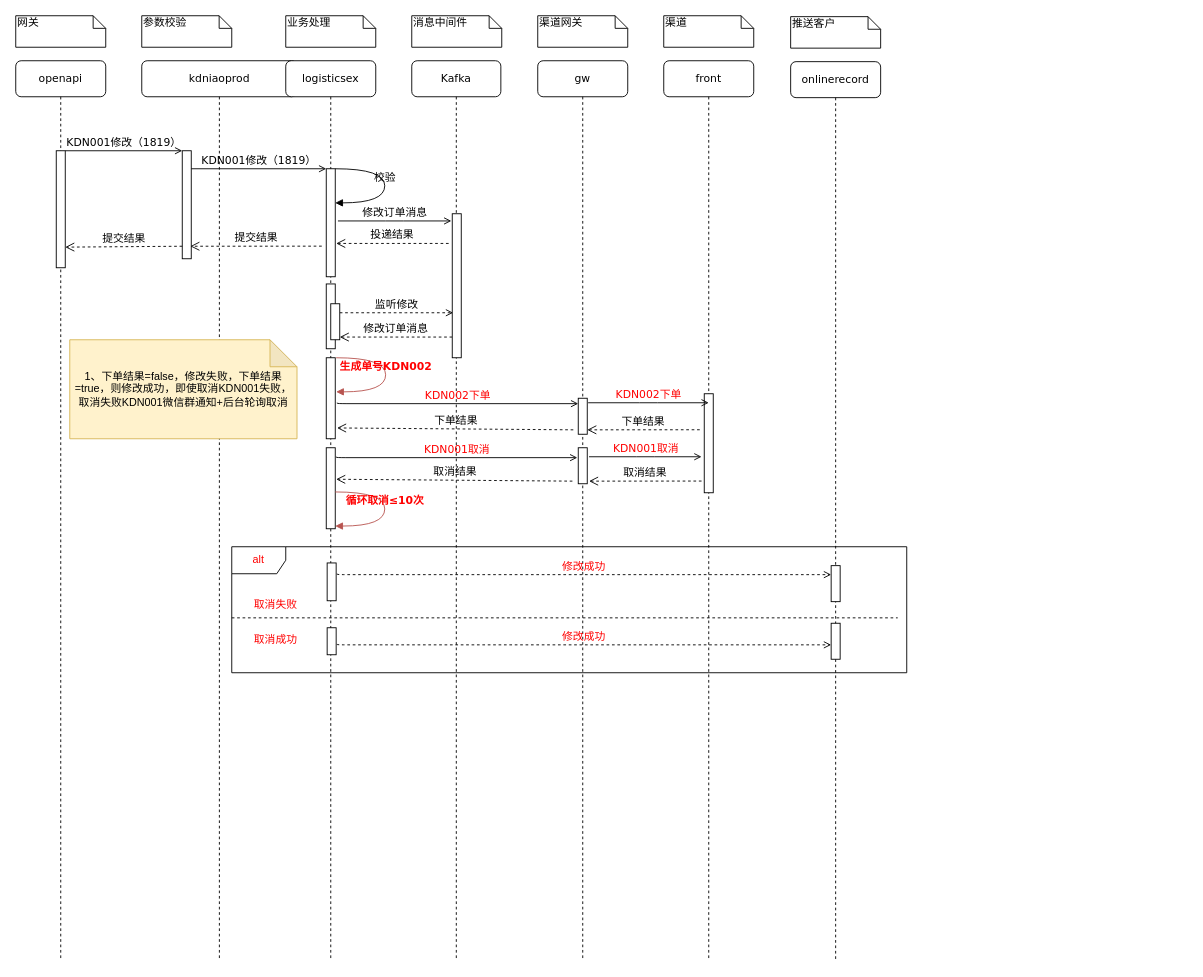
The draw.io diagram 合单.drawio in unclequentin/diagrams, before the edit. Source tidied: cells renumbered, new cells numbered last; positions are measured from the earlier drawing's top-left corner, leaving out a move shared by most shapes. Both pictures are drawn from the tidied source at 90%, with x=0, y=0 at pixel (15, 15).
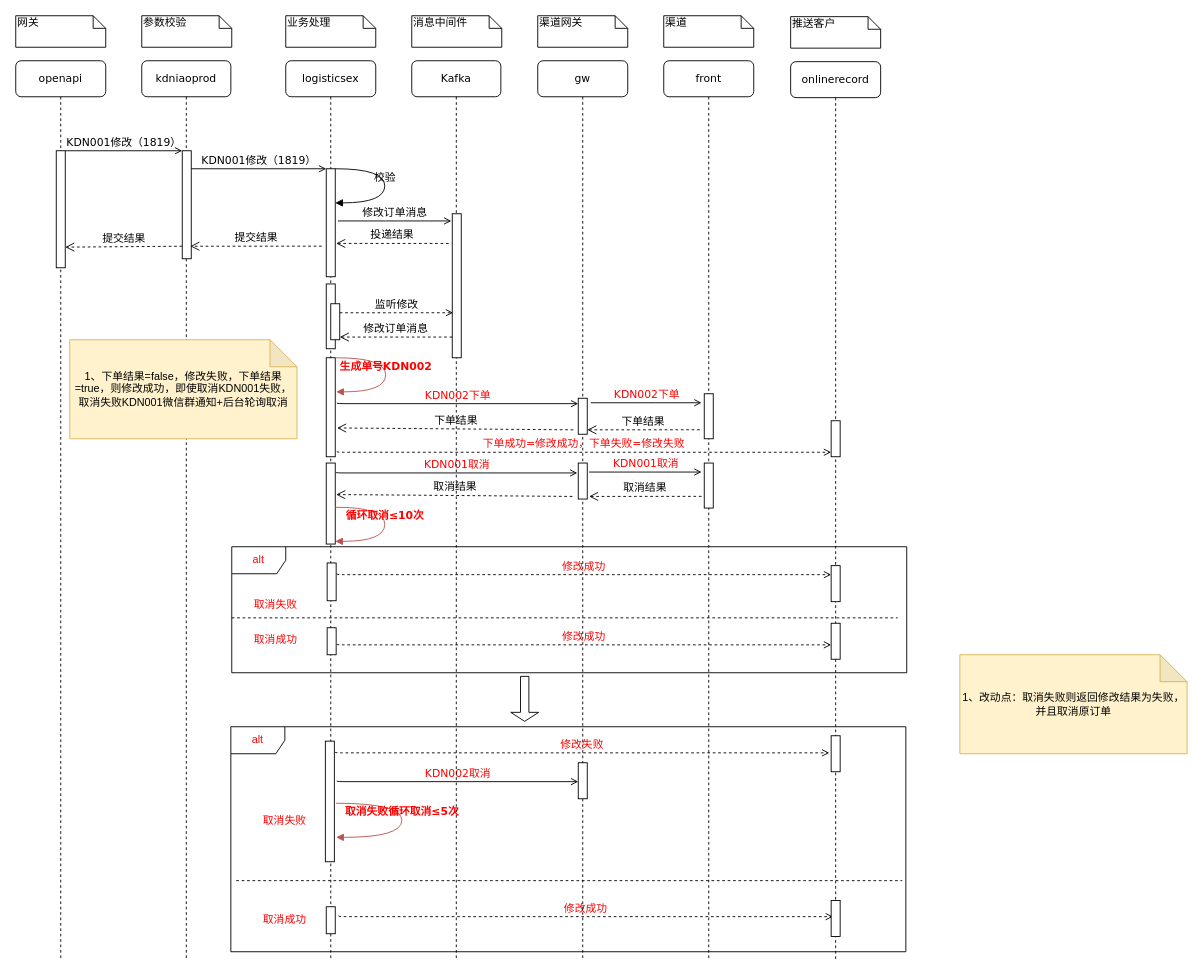
Above is the later version.

Unchanged cells that the change refers to:
```xml
<mxCell id="6" value="logisticsex" style="shape=umlLifeline;perimeter=lifelinePerimeter;whiteSpace=wrap;html=1;rounded=1;shadow=0;comic=0;labelBackgroundColor=none;strokeWidth=1;fontFamily=Verdana;fontSize=12;align=center;" parent="1" vertex="1">
  <mxGeometry x="300" y="50" width="100" height="1000" as="geometry" />
</mxCell>
<mxCell id="12" value="Kafka" style="shape=umlLifeline;perimeter=lifelinePerimeter;whiteSpace=wrap;html=1;rounded=1;shadow=0;comic=0;labelBackgroundColor=none;strokeWidth=1;fontFamily=Verdana;fontSize=12;align=center;" parent="1" vertex="1">
  <mxGeometry x="440" y="50" width="99" height="1000" as="geometry" />
</mxCell>
<mxCell id="24" value="gw" style="shape=umlLifeline;perimeter=lifelinePerimeter;whiteSpace=wrap;html=1;rounded=1;shadow=0;comic=0;labelBackgroundColor=none;strokeWidth=1;fontFamily=Verdana;fontSize=12;align=center;" parent="1" vertex="1">
  <mxGeometry x="580" y="50" width="100" height="1000" as="geometry" />
</mxCell>
<mxCell id="26" value="front" style="shape=umlLifeline;perimeter=lifelinePerimeter;whiteSpace=wrap;html=1;rounded=1;shadow=0;comic=0;labelBackgroundColor=none;strokeWidth=1;fontFamily=Verdana;fontSize=12;align=center;" parent="1" vertex="1">
  <mxGeometry x="720" y="50" width="100" height="1000" as="geometry" />
</mxCell>
<mxCell id="50" value="onlinerecord" style="shape=umlLifeline;perimeter=lifelinePerimeter;whiteSpace=wrap;html=1;rounded=1;shadow=0;comic=0;labelBackgroundColor=none;strokeWidth=1;fontFamily=Verdana;fontSize=12;align=center;" parent="1" vertex="1">
  <mxGeometry x="861" y="51" width="100" height="1000" as="geometry" />
</mxCell>
```

What changed in the source:
```diff
@@
     <mxCell id="2" value="kdniaoprod" style="shape=umlLifeline;perimeter=lifelinePerimeter;whiteSpace=wrap;html=1;rounded=1;shadow=0;comic=0;labelBackgroundColor=none;strokeWidth=1;fontFamily=Verdana;fontSize=12;align=center;" parent="1" vertex="1">
-      <mxGeometry x="140" y="50" width="172.5" height="1000" as="geometry" />
+      <mxGeometry x="140" y="50" width="99" height="1000" as="geometry" />
     </mxCell>
@@
+    <mxCell id="57" value="alt" style="shape=umlFrame;whiteSpace=wrap;html=1;fontColor=#FF0000;" parent="2" vertex="1">
+      <mxGeometry x="99" y="740" width="750" height="250" as="geometry" />
+    </mxCell>
+    <mxCell id="58" value="&lt;font color=&quot;#ff0000&quot;&gt;&lt;b&gt;取消失败循环取消≤5次&lt;/b&gt;&lt;/font&gt;" style="html=1;verticalAlign=bottom;endArrow=block;labelBackgroundColor=none;fontFamily=Verdana;fontSize=12;elbow=vertical;edgeStyle=orthogonalEdgeStyle;curved=1;entryX=1;entryY=0.316;entryPerimeter=0;exitX=1.038;exitY=0.345;exitPerimeter=0;entryDx=0;entryDy=0;fillColor=#f8cecc;strokeColor=#B85450;" parent="2" edge="1">
+      <mxGeometry relative="1" as="geometry">
+        <mxPoint x="216" y="825" as="sourcePoint" />
+        <mxPoint x="216" y="862.9" as="targetPoint" />
+        <Array as="points">
+          <mxPoint x="289" y="825" />
+          <mxPoint x="289" y="863" />
+        </Array>
+      </mxGeometry>
+    </mxCell>
+    <mxCell id="59" value="&lt;font color=&quot;#ff0000&quot;&gt;KDN002取消&lt;/font&gt;" style="html=1;verticalAlign=bottom;endArrow=open;labelBackgroundColor=none;fontFamily=Verdana;fontSize=12;edgeStyle=elbowEdgeStyle;elbow=vertical;endFill=0;entryX=0;entryY=0.3;entryDx=0;entryDy=0;entryPerimeter=0;" parent="2" edge="1">
+      <mxGeometry relative="1" as="geometry">
+        <mxPoint x="217" y="800" as="sourcePoint" />
+        <mxPoint x="485" y="801" as="targetPoint" />
+      </mxGeometry>
+    </mxCell>
+    <mxCell id="60" value="&lt;font color=&quot;#ff0000&quot;&gt;修改成功&lt;/font&gt;" style="html=1;verticalAlign=bottom;endArrow=open;labelBackgroundColor=none;fontFamily=Verdana;fontSize=12;edgeStyle=elbowEdgeStyle;elbow=vertical;endFill=0;dashed=1;" parent="2" edge="1">
+      <mxGeometry relative="1" as="geometry">
+        <mxPoint x="219" y="950" as="sourcePoint" />
+        <mxPoint x="768" y="951" as="targetPoint" />
+        <Array as="points">
+          <mxPoint x="139" y="951" />
+        </Array>
+      </mxGeometry>
+    </mxCell>
+    <mxCell id="61" value="取消失败" style="text;html=1;strokeColor=none;fillColor=none;align=center;verticalAlign=middle;whiteSpace=wrap;rounded=0;dashed=1;strokeWidth=7;fontColor=#FF0000;" parent="2" vertex="1">
+      <mxGeometry x="129" y="830" width="60" height="30" as="geometry" />
+    </mxCell>
+    <mxCell id="62" value="取消成功" style="text;html=1;strokeColor=none;fillColor=none;align=center;verticalAlign=middle;whiteSpace=wrap;rounded=0;dashed=1;strokeWidth=7;fontColor=#FF0000;" parent="2" vertex="1">
+      <mxGeometry x="129" y="940" width="60" height="30" as="geometry" />
+    </mxCell>
@@
     <mxCell id="10" style="html=1;perimeter=orthogonalPerimeter;rounded=0;shadow=0;comic=0;labelBackgroundColor=none;strokeWidth=1;fontFamily=Verdana;fontSize=12;align=center;" parent="6" vertex="1">
-      <mxGeometry x="45" y="430" width="10" height="90" as="geometry" />
+      <mxGeometry x="45" y="447" width="10" height="90" as="geometry" />
     </mxCell>
     <mxCell id="11" value="&lt;font color=&quot;#ff0000&quot;&gt;&lt;b&gt;循环取消≤10次&lt;/b&gt;&lt;/font&gt;" style="html=1;verticalAlign=bottom;endArrow=block;labelBackgroundColor=none;fontFamily=Verdana;fontSize=12;elbow=vertical;edgeStyle=orthogonalEdgeStyle;curved=1;entryX=1;entryY=0.316;entryPerimeter=0;exitX=1.038;exitY=0.345;exitPerimeter=0;entryDx=0;entryDy=0;fillColor=#f8cecc;strokeColor=#B85450;" parent="6" edge="1">
       <mxGeometry relative="1" as="geometry">
-        <mxPoint x="55" y="479.1" as="sourcePoint" />
-        <mxPoint x="55" y="517" as="targetPoint" />
+        <mxPoint x="55" y="496.1" as="sourcePoint" />
+        <mxPoint x="55" y="534" as="targetPoint" />
         <Array as="points">
-          <mxPoint x="110" y="479.1" />
-          <mxPoint x="110" y="517.1" />
+          <mxPoint x="110" y="496.1" />
+          <mxPoint x="110" y="534.1" />
         </Array>
       </mxGeometry>
     </mxCell>
+    <mxCell id="63" style="html=1;perimeter=orthogonalPerimeter;rounded=0;shadow=0;comic=0;labelBackgroundColor=none;strokeWidth=1;fontFamily=Verdana;fontSize=12;align=center;" parent="6" vertex="1">
+      <mxGeometry x="45" y="940" width="10" height="30" as="geometry" />
+    </mxCell>
@@
     <mxCell id="18" value="&lt;font color=&quot;#ff0000&quot;&gt;KDN001取消&lt;/font&gt;" style="html=1;verticalAlign=bottom;endArrow=open;labelBackgroundColor=none;fontFamily=Verdana;fontSize=12;edgeStyle=elbowEdgeStyle;elbow=vertical;endFill=0;entryX=0;entryY=0.3;entryDx=0;entryDy=0;entryPerimeter=0;" parent="12" edge="1">
       <mxGeometry relative="1" as="geometry">
-        <mxPoint x="-84" y="440" as="sourcePoint" />
-        <mxPoint x="184" y="441" as="targetPoint" />
+        <mxPoint x="-84" y="457" as="sourcePoint" />
+        <mxPoint x="184" y="458" as="targetPoint" />
       </mxGeometry>
     </mxCell>
@@
+    <mxCell id="64" style="shape=singleArrow;direction=south;whiteSpace=wrap;html=1;strokeWidth=1;fontColor=#33FF33;" parent="12" vertex="1">
+      <mxGeometry x="110" y="684" width="31" height="50" as="geometry" />
+    </mxCell>
+    <mxCell id="65" style="line;strokeWidth=1;fillColor=none;align=left;verticalAlign=middle;spacingTop=-1;spacingLeft=3;spacingRight=3;labelPosition=right;strokeColor=inherit;dashed=1;fontColor=#FF0000;" parent="12" vertex="1">
+      <mxGeometry x="-195" y="907" width="740" height="8" as="geometry" />
+    </mxCell>
@@
     <mxCell id="25" style="html=1;perimeter=orthogonalPerimeter;rounded=0;shadow=0;comic=0;labelBackgroundColor=none;strokeWidth=1;fontFamily=Verdana;fontSize=12;align=center;" parent="24" vertex="1">
-      <mxGeometry x="45" y="430" width="10" height="40" as="geometry" />
+      <mxGeometry x="45" y="447" width="10" height="40" as="geometry" />
     </mxCell>
+    <mxCell id="66" value="&lt;font color=&quot;#ff0000&quot;&gt;下单成功=修改成功，下单失败=修改失败&lt;/font&gt;" style="html=1;verticalAlign=bottom;endArrow=open;labelBackgroundColor=none;fontFamily=Verdana;fontSize=12;edgeStyle=elbowEdgeStyle;elbow=vertical;endFill=0;dashed=1;" parent="24" edge="1">
+      <mxGeometry relative="1" as="geometry">
+        <mxPoint x="-223" y="434" as="sourcePoint" />
+        <mxPoint x="326" y="435" as="targetPoint" />
+        <Array as="points">
+          <mxPoint x="-303" y="435" />
+        </Array>
+      </mxGeometry>
+    </mxCell>
+    <mxCell id="67" style="html=1;perimeter=orthogonalPerimeter;rounded=0;shadow=0;comic=0;labelBackgroundColor=none;strokeWidth=1;fontFamily=Verdana;fontSize=12;align=center;" parent="24" vertex="1">
+      <mxGeometry x="45" y="780" width="10" height="40" as="geometry" />
+    </mxCell>
@@
     <mxCell id="27" style="html=1;perimeter=orthogonalPerimeter;rounded=0;shadow=0;comic=0;labelBackgroundColor=none;strokeWidth=1;fontFamily=Verdana;fontSize=12;align=center;" parent="26" vertex="1">
-      <mxGeometry x="45" y="370" width="10" height="110" as="geometry" />
+      <mxGeometry x="45" y="370" width="10" height="50" as="geometry" />
     </mxCell>
@@
     <mxCell id="29" value="&lt;font color=&quot;#ff0000&quot;&gt;KDN001取消&lt;/font&gt;" style="html=1;verticalAlign=bottom;endArrow=open;labelBackgroundColor=none;fontFamily=Verdana;fontSize=12;edgeStyle=elbowEdgeStyle;elbow=vertical;endFill=0;" parent="26" edge="1">
       <mxGeometry relative="1" as="geometry">
-        <mxPoint x="-83" y="440" as="sourcePoint" />
-        <mxPoint x="42" y="440" as="targetPoint" />
+        <mxPoint x="-83" y="457" as="sourcePoint" />
+        <mxPoint x="42" y="457" as="targetPoint" />
       </mxGeometry>
     </mxCell>
+    <mxCell id="68" style="html=1;perimeter=orthogonalPerimeter;rounded=0;shadow=0;comic=0;labelBackgroundColor=none;strokeWidth=1;fontFamily=Verdana;fontSize=12;align=center;" parent="26" vertex="1">
+      <mxGeometry x="45" y="447" width="10" height="50" as="geometry" />
+    </mxCell>
@@
     <mxCell id="45" style="html=1;perimeter=orthogonalPerimeter;rounded=0;shadow=0;comic=0;labelBackgroundColor=none;strokeWidth=1;fontFamily=Verdana;fontSize=12;align=center;" parent="1" vertex="1">
-      <mxGeometry x="345" y="380" width="10" height="90" as="geometry" />
+      <mxGeometry x="345" y="380" width="10" height="110" as="geometry" />
     </mxCell>
@@
     <mxCell id="47" value="取消结果" style="html=1;verticalAlign=bottom;endArrow=open;dashed=1;endSize=8;labelBackgroundColor=none;fontFamily=Verdana;fontSize=12;entryX=1.2;entryY=0.846;entryDx=0;entryDy=0;entryPerimeter=0;" parent="1" edge="1">
       <mxGeometry relative="1" as="geometry">
-        <mxPoint x="618.5" y="517.1" as="sourcePoint" />
-        <mxPoint x="356" y="515" as="targetPoint" />
+        <mxPoint x="618.5" y="534.1" as="sourcePoint" />
+        <mxPoint x="356" y="532" as="targetPoint" />
       </mxGeometry>
     </mxCell>
     <mxCell id="48" value="&lt;font color=&quot;#ff0000&quot;&gt;KDN002下单&lt;/font&gt;" style="html=1;verticalAlign=bottom;endArrow=open;labelBackgroundColor=none;fontFamily=Verdana;fontSize=12;edgeStyle=elbowEdgeStyle;elbow=vertical;endFill=0;" parent="1" edge="1">
       <mxGeometry relative="1" as="geometry">
-        <mxPoint x="636" y="430" as="sourcePoint" />
-        <mxPoint x="770" y="430" as="targetPoint" />
+        <mxPoint x="639" y="430" as="sourcePoint" />
+        <mxPoint x="762" y="430" as="targetPoint" />
       </mxGeometry>
     </mxCell>
     <mxCell id="49" value="取消结果" style="html=1;verticalAlign=bottom;endArrow=open;dashed=1;endSize=8;labelBackgroundColor=none;fontFamily=Verdana;fontSize=12;entryX=0.9;entryY=0.283;entryDx=0;entryDy=0;entryPerimeter=0;" parent="1" edge="1">
       <mxGeometry relative="1" as="geometry">
-        <mxPoint x="762" y="517" as="sourcePoint" />
-        <mxPoint x="637" y="517.1" as="targetPoint" />
+        <mxPoint x="762" y="534" as="sourcePoint" />
+        <mxPoint x="637" y="534.1" as="targetPoint" />
       </mxGeometry>
     </mxCell>
@@
+    <mxCell id="69" style="html=1;perimeter=orthogonalPerimeter;rounded=0;shadow=0;comic=0;labelBackgroundColor=none;strokeWidth=1;fontFamily=Verdana;fontSize=12;align=center;" parent="50" vertex="1">
+      <mxGeometry x="45" y="399" width="10" height="40" as="geometry" />
+    </mxCell>
+    <mxCell id="70" style="html=1;perimeter=orthogonalPerimeter;rounded=0;shadow=0;comic=0;labelBackgroundColor=none;strokeWidth=1;fontFamily=Verdana;fontSize=12;align=center;" parent="50" vertex="1">
+      <mxGeometry x="45" y="749" width="10" height="40" as="geometry" />
+    </mxCell>
+    <mxCell id="71" style="html=1;perimeter=orthogonalPerimeter;rounded=0;shadow=0;comic=0;labelBackgroundColor=none;strokeWidth=1;fontFamily=Verdana;fontSize=12;align=center;" parent="50" vertex="1">
+      <mxGeometry x="45" y="932" width="10" height="40" as="geometry" />
+    </mxCell>
@@
+    <mxCell id="72" value="1、改动点：取消失败则返回修改结果为失败，并且取消原订单" style="shape=note;whiteSpace=wrap;html=1;backgroundOutline=1;darkOpacity=0.05;fillColor=#fff2cc;strokeColor=#d6b656;" parent="1" vertex="1">
+      <mxGeometry x="1049" y="710" width="252.5" height="110" as="geometry" />
+    </mxCell>
+    <mxCell id="73" style="html=1;perimeter=orthogonalPerimeter;rounded=0;shadow=0;comic=0;labelBackgroundColor=none;strokeWidth=1;fontFamily=Verdana;fontSize=12;align=center;" parent="1" vertex="1">
+      <mxGeometry x="344" y="806" width="10" height="134" as="geometry" />
+    </mxCell>
+    <mxCell id="74" value="&lt;font color=&quot;#ff0000&quot;&gt;修改失败&lt;/font&gt;" style="html=1;verticalAlign=bottom;endArrow=open;labelBackgroundColor=none;fontFamily=Verdana;fontSize=12;edgeStyle=elbowEdgeStyle;elbow=vertical;endFill=0;dashed=1;" parent="1" edge="1">
+      <mxGeometry relative="1" as="geometry">
+        <mxPoint x="355" y="818" as="sourcePoint" />
+        <mxPoint x="904" y="819" as="targetPoint" />
+        <Array as="points">
+          <mxPoint x="275" y="819" />
+        </Array>
+      </mxGeometry>
+    </mxCell>
```
